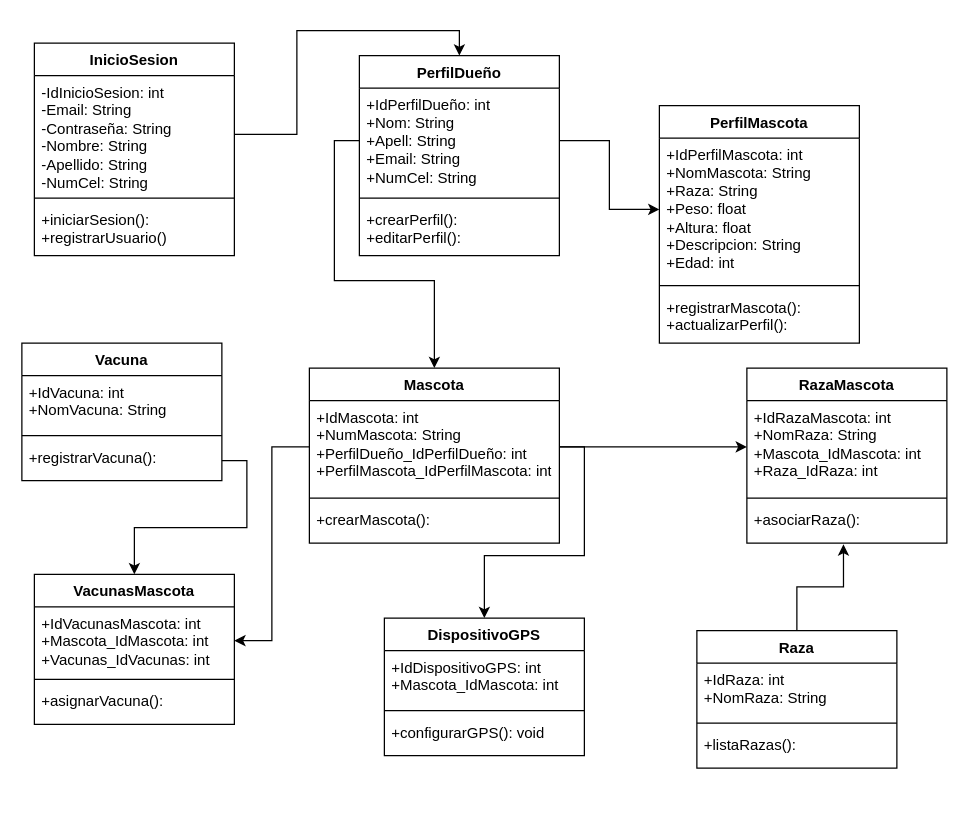
Earlier version of the draw.io diagram Documentacion/Diagramas/Diagrama de clases (2).drawio (smiling011/ProyectoDacky). Source tidied: cells renumbered, new cells numbered last; positions are measured from the earlier drawing's top-left corner, leaving out a move shared by most shapes. Both pictures are drawn from the tidied source at 125%, with x=0, y=0 at pixel (21, 42).
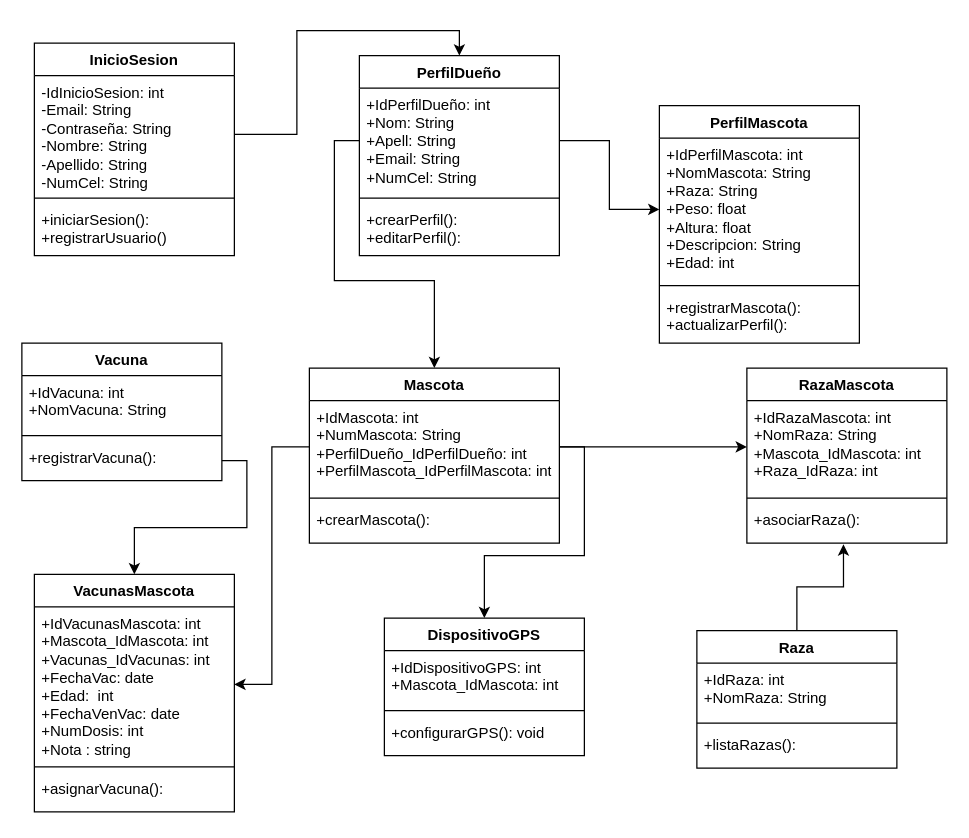
The same page after the edit.

Diff of the diagram source:
```diff
@@
     <mxCell id="23" value="&lt;div&gt;&lt;div&gt;VacunasMascota&lt;/div&gt;&lt;div&gt;&lt;br&gt;&lt;/div&gt;&lt;/div&gt;" style="swimlane;fontStyle=1;align=center;verticalAlign=top;horizontal=1;startSize=26;whiteSpace=wrap;html=1;" parent="1" vertex="1">
-      <mxGeometry x="10" y="425" width="160" height="120" as="geometry" />
+      <mxGeometry x="10" y="425" width="160" height="190" as="geometry" />
     </mxCell>
-    <mxCell id="24" value="&lt;span style=&quot;background-color: initial;&quot;&gt;+IdVacunasMascota: int&lt;/span&gt;&lt;br&gt;&lt;span style=&quot;background-color: initial;&quot;&gt;+Mascota_IdMascota: int&lt;/span&gt;&lt;br&gt;&lt;span style=&quot;background-color: initial;&quot;&gt;+Vacunas_IdVacunas: int&lt;/span&gt;" style="text;strokeColor=none;fillColor=none;align=left;verticalAlign=top;spacingLeft=4;spacingRight=4;overflow=hidden;points=[[0,0.5],[1,0.5]];portConstraint=eastwest;whiteSpace=wrap;html=1;" parent="23" vertex="1">
-      <mxGeometry y="26" width="160" height="54" as="geometry" />
+    <mxCell id="24" value="&lt;span style=&quot;background-color: initial;&quot;&gt;+IdVacunasMascota: int&lt;/span&gt;&lt;br&gt;&lt;span style=&quot;background-color: initial;&quot;&gt;+Mascota_IdMascota: int&lt;/span&gt;&lt;br&gt;&lt;span style=&quot;background-color: initial;&quot;&gt;+Vacunas_IdVacunas: int&lt;/span&gt;&lt;div&gt;&lt;span style=&quot;background-color: initial;&quot;&gt;+FechaVac: date&lt;/span&gt;&lt;/div&gt;&lt;div&gt;&lt;span style=&quot;background-color: initial;&quot;&gt;+Edad:&amp;nbsp; int&lt;/span&gt;&lt;/div&gt;&lt;div&gt;&lt;span style=&quot;background-color: initial;&quot;&gt;+FechaVenVac: date&lt;/span&gt;&lt;/div&gt;&lt;div&gt;&lt;span style=&quot;background-color: initial;&quot;&gt;+NumDosis: int&lt;/span&gt;&lt;/div&gt;&lt;div&gt;&lt;span style=&quot;background-color: initial;&quot;&gt;+Nota : string&lt;/span&gt;&lt;/div&gt;" style="text;strokeColor=none;fillColor=none;align=left;verticalAlign=top;spacingLeft=4;spacingRight=4;overflow=hidden;points=[[0,0.5],[1,0.5]];portConstraint=eastwest;whiteSpace=wrap;html=1;" parent="23" vertex="1">
+      <mxGeometry y="26" width="160" height="124" as="geometry" />
     </mxCell>
     <mxCell id="25" style="line;strokeWidth=1;fillColor=none;align=left;verticalAlign=middle;spacingTop=-1;spacingLeft=3;spacingRight=3;labelPosition=right;strokeColor=inherit;" parent="23" vertex="1">
-      <mxGeometry y="80" width="160" height="8" as="geometry" />
+      <mxGeometry y="150" width="160" height="8" as="geometry" />
     </mxCell>
     <mxCell id="26" value="&lt;div&gt;+asignarVacuna():&lt;/div&gt;&lt;div&gt;&lt;br&gt;&lt;/div&gt;" style="text;strokeColor=none;fillColor=none;align=left;verticalAlign=top;spacingLeft=4;spacingRight=4;overflow=hidden;whiteSpace=wrap;html=1;" parent="23" vertex="1">
-      <mxGeometry y="88" width="160" height="32" as="geometry" />
+      <mxGeometry y="158" width="160" height="32" as="geometry" />
     </mxCell>
```
